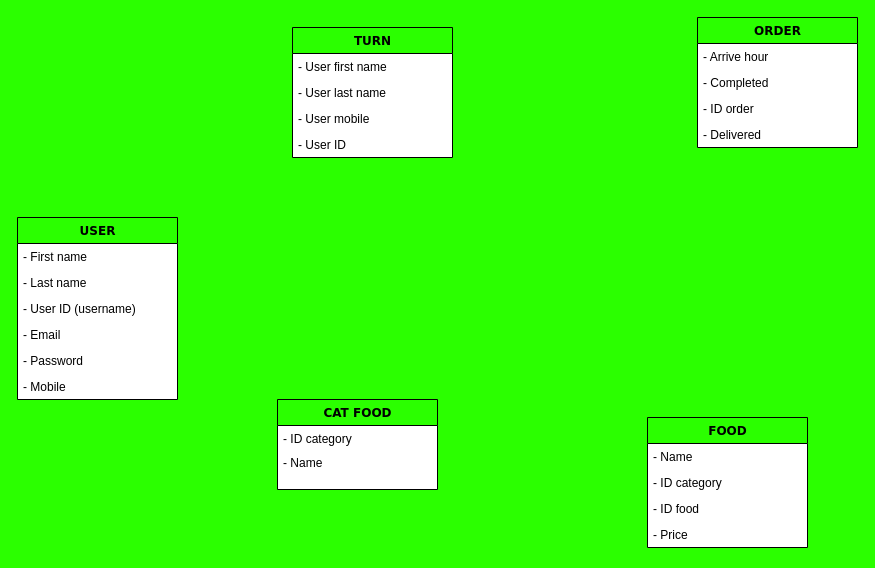
Before: 名称未設定ファイル.drawio in VictorJ-Ch/Cafeteria-Menu, a draw.io diagram. Source tidied: cells renumbered, new cells numbered last; positions are measured from the earlier drawing's top-left corner, leaving out a move shared by most shapes. Both pictures are drawn from the tidied source at 100%, with x=0, y=0 at pixel (17, 17).
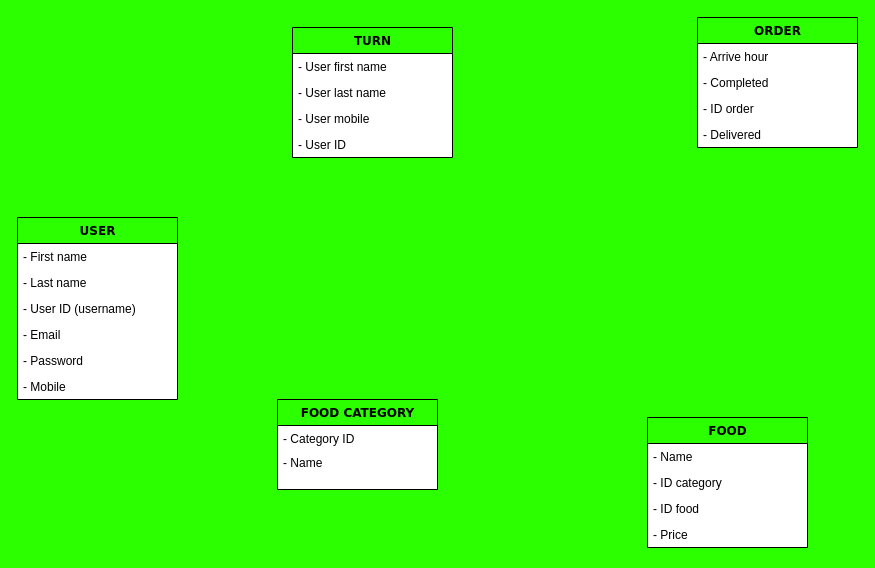
The same diagram, later.

Diff of the diagram source:
```diff
@@
-    <mxCell id="24" value="CAT FOOD" style="swimlane;html=1;fontStyle=1;align=center;verticalAlign=top;horizontal=1;startSize=26;swimlaneFillColor=#ffffff;rounded=0;shadow=0;comic=0;labelBackgroundColor=none;strokeWidth=1;fillColor=none;fontFamily=Verdana;fontSize=12;" parent="1" vertex="1">
+    <mxCell id="24" value="FOOD CATEGORY" style="swimlane;html=1;fontStyle=1;align=center;verticalAlign=top;horizontal=1;startSize=26;swimlaneFillColor=#ffffff;rounded=0;shadow=0;comic=0;labelBackgroundColor=none;strokeWidth=1;fillColor=none;fontFamily=Verdana;fontSize=12;" parent="1" vertex="1">
       <mxGeometry x="260" y="382" width="160" height="90" as="geometry" />
     </mxCell>
-    <mxCell id="25" value="&lt;span style=&quot;text-align: center;&quot;&gt;- ID category&lt;/span&gt;&lt;br style=&quot;border-color: var(--border-color); text-align: center;&quot;&gt;" style="text;html=1;strokeColor=none;fillColor=none;align=left;verticalAlign=top;spacingLeft=4;spacingRight=4;whiteSpace=wrap;overflow=hidden;" parent="24" vertex="1">
+    <mxCell id="25" value="&lt;span style=&quot;text-align: center;&quot;&gt;- Category ID&lt;/span&gt;" style="text;html=1;strokeColor=none;fillColor=none;align=left;verticalAlign=top;spacingLeft=4;spacingRight=4;whiteSpace=wrap;overflow=hidden;" parent="24" vertex="1">
       <mxGeometry y="26" width="160" height="24" as="geometry" />
     </mxCell>
```
